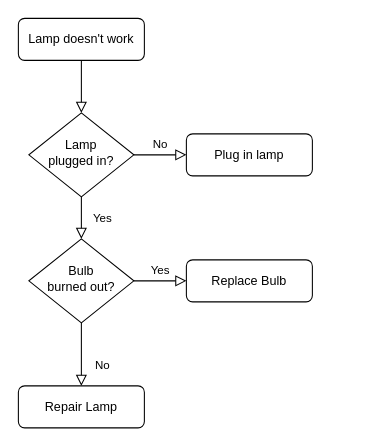
This is login.drawio from seconnd/dabeeoCodeTest, a draw.io file, before an edit. Source tidied: cells renumbered, new cells numbered last; positions are measured from the earlier drawing's top-left corner, leaving out a move shared by most shapes. Both pictures are drawn from the tidied source at 105%, with x=0, y=0 at pixel (18, 18).
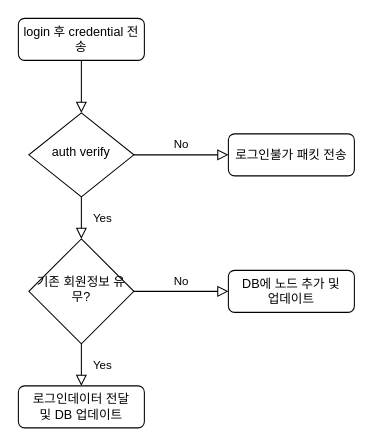
After the change.

What changed in the source:
```diff
@@
 <mxGraphModel>
   <root>
     <mxCell id="0" />
     <mxCell id="1" parent="0" />
     <mxCell id="2" style="rounded=0;html=1;jettySize=auto;fontSize=11;endArrow=block;endFill=0;endSize=8;strokeWidth=1;shadow=0;labelBackgroundColor=none;edgeStyle=orthogonalEdgeStyle;" parent="1" edge="1" source="3" target="6">
       <mxGeometry relative="1" as="geometry" />
     </mxCell>
-    <mxCell id="3" value="Lamp doesn't work" style="rounded=1;whiteSpace=wrap;html=1;fontSize=12;glass=0;strokeWidth=1;shadow=0;" parent="1" vertex="1">
+    <mxCell id="3" value="login 후 credential 전송" style="rounded=1;whiteSpace=wrap;html=1;fontSize=12;glass=0;strokeWidth=1;shadow=0;" parent="1" vertex="1">
       <mxGeometry width="120" height="40" as="geometry" />
     </mxCell>
     <mxCell id="4" value="Yes" style="rounded=0;html=1;jettySize=auto;fontSize=11;endArrow=block;endFill=0;endSize=8;strokeWidth=1;shadow=0;labelBackgroundColor=none;edgeStyle=orthogonalEdgeStyle;" parent="1" edge="1" source="6" target="10">
       <mxGeometry y="20" relative="1" as="geometry" />
     </mxCell>
     <mxCell id="5" value="No" style="edgeStyle=orthogonalEdgeStyle;rounded=0;html=1;jettySize=auto;fontSize=11;endArrow=block;endFill=0;endSize=8;strokeWidth=1;shadow=0;labelBackgroundColor=none;" parent="1" edge="1" source="6" target="7">
       <mxGeometry y="10" relative="1" as="geometry" />
     </mxCell>
-    <mxCell id="6" value="Lamp&lt;br&gt;plugged in?" style="rhombus;whiteSpace=wrap;html=1;shadow=0;fontFamily=Helvetica;fontSize=12;align=center;strokeWidth=1;spacing=6;spacingTop=-4;" parent="1" vertex="1">
+    <mxCell id="6" value="auth verify" style="rhombus;whiteSpace=wrap;html=1;shadow=0;fontFamily=Helvetica;fontSize=12;align=center;strokeWidth=1;spacing=6;spacingTop=-4;" parent="1" vertex="1">
       <mxGeometry x="10" y="90" width="100" height="80" as="geometry" />
     </mxCell>
-    <mxCell id="7" value="Plug in lamp" style="rounded=1;whiteSpace=wrap;html=1;fontSize=12;glass=0;strokeWidth=1;shadow=0;" parent="1" vertex="1">
-      <mxGeometry x="160" y="110" width="120" height="40" as="geometry" />
+    <mxCell id="7" value="로그인불가 패킷 전송" style="rounded=1;whiteSpace=wrap;html=1;fontSize=12;glass=0;strokeWidth=1;shadow=0;" parent="1" vertex="1">
+      <mxGeometry x="200" y="110" width="120" height="40" as="geometry" />
     </mxCell>
-    <mxCell id="8" value="No" style="rounded=0;html=1;jettySize=auto;fontSize=11;endArrow=block;endFill=0;endSize=8;strokeWidth=1;shadow=0;labelBackgroundColor=none;edgeStyle=orthogonalEdgeStyle;" parent="1" edge="1" source="10" target="11">
-      <mxGeometry x="0.33" y="20" relative="1" as="geometry" />
+    <mxCell id="8" value="Yes" style="rounded=0;html=1;jettySize=auto;fontSize=11;endArrow=block;endFill=0;endSize=8;strokeWidth=1;shadow=0;labelBackgroundColor=none;edgeStyle=orthogonalEdgeStyle;" parent="1" edge="1" source="10" target="11">
+      <mxGeometry y="20" relative="1" as="geometry" />
     </mxCell>
-    <mxCell id="9" value="Yes" style="edgeStyle=orthogonalEdgeStyle;rounded=0;html=1;jettySize=auto;fontSize=11;endArrow=block;endFill=0;endSize=8;strokeWidth=1;shadow=0;labelBackgroundColor=none;" parent="1" edge="1" source="10" target="12">
+    <mxCell id="9" value="No" style="edgeStyle=orthogonalEdgeStyle;rounded=0;html=1;jettySize=auto;fontSize=11;endArrow=block;endFill=0;endSize=8;strokeWidth=1;shadow=0;labelBackgroundColor=none;" parent="1" edge="1" source="10" target="12">
       <mxGeometry y="10" relative="1" as="geometry" />
     </mxCell>
-    <mxCell id="10" value="Bulb&lt;br&gt;burned out?" style="rhombus;whiteSpace=wrap;html=1;shadow=0;fontFamily=Helvetica;fontSize=12;align=center;strokeWidth=1;spacing=6;spacingTop=-4;" parent="1" vertex="1">
-      <mxGeometry x="10" y="210" width="100" height="80" as="geometry" />
+    <mxCell id="10" value="기존 회원정보 유무?" style="rhombus;whiteSpace=wrap;html=1;shadow=0;fontFamily=Helvetica;fontSize=12;align=center;strokeWidth=1;spacing=6;spacingTop=-4;" parent="1" vertex="1">
+      <mxGeometry x="10" y="210" width="100" height="100" as="geometry" />
     </mxCell>
-    <mxCell id="11" value="Repair Lamp" style="rounded=1;whiteSpace=wrap;html=1;fontSize=12;glass=0;strokeWidth=1;shadow=0;" parent="1" vertex="1">
+    <mxCell id="11" value="로그인데이터 전달&lt;br&gt;및 DB 업데이트" style="rounded=1;whiteSpace=wrap;html=1;fontSize=12;glass=0;strokeWidth=1;shadow=0;" parent="1" vertex="1">
       <mxGeometry y="350" width="120" height="40" as="geometry" />
     </mxCell>
-    <mxCell id="12" value="Replace Bulb" style="rounded=1;whiteSpace=wrap;html=1;fontSize=12;glass=0;strokeWidth=1;shadow=0;" parent="1" vertex="1">
-      <mxGeometry x="160" y="230" width="120" height="40" as="geometry" />
+    <mxCell id="12" value="DB에 노드 추가 및&lt;br&gt;업데이트" style="rounded=1;whiteSpace=wrap;html=1;fontSize=12;glass=0;strokeWidth=1;shadow=0;" parent="1" vertex="1">
+      <mxGeometry x="200" y="240" width="120" height="40" as="geometry" />
     </mxCell>
   </root>
 </mxGraphModel>
```
